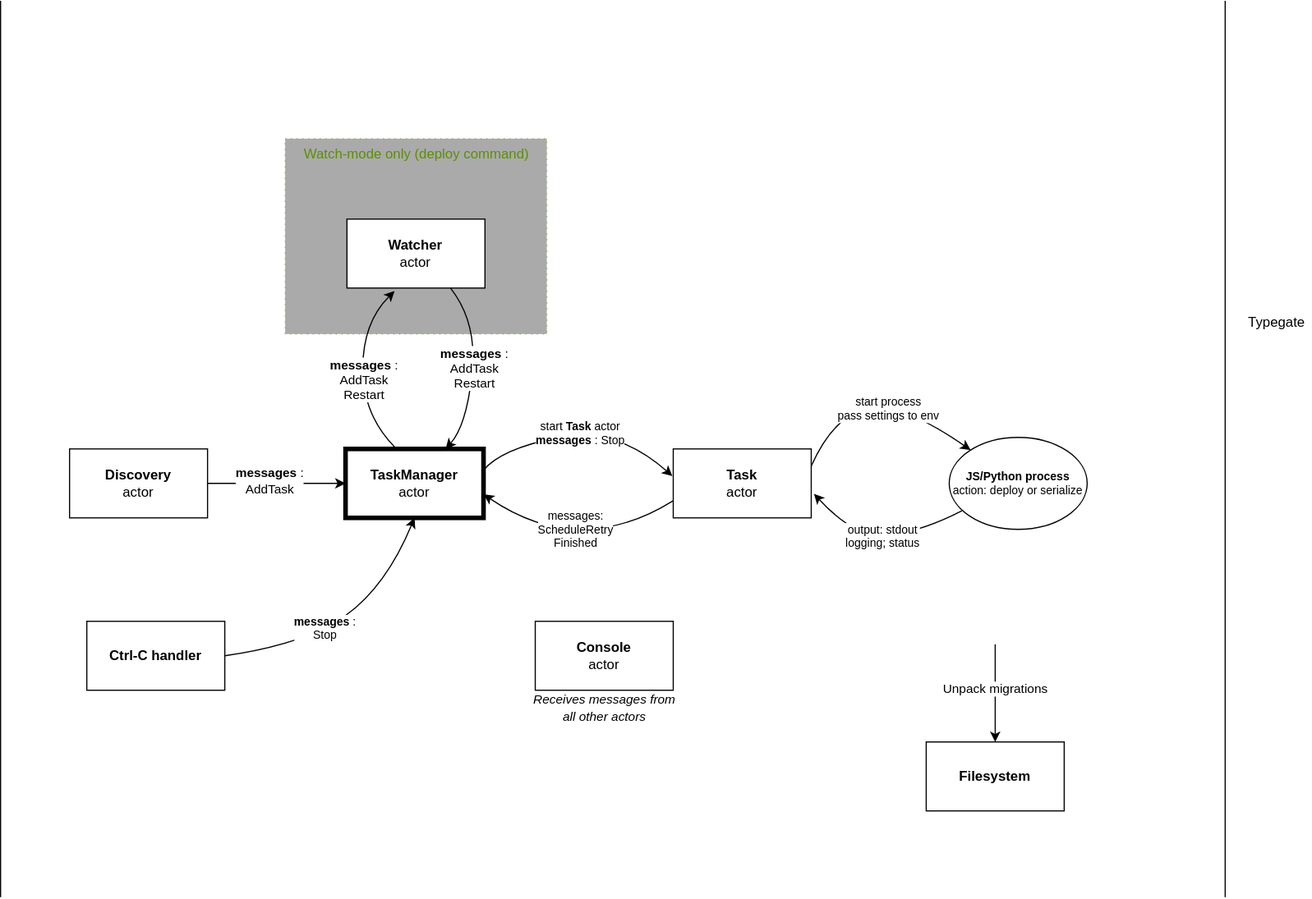
The draw.io diagram meta-cli/src/deploy/actor-model.drawio.svg in metatypedev/metatype, before a commit. Source tidied: cells renumbered, new cells last; positions are measured from the earlier drawing's top-left corner, leaving out a move shared by most shapes.
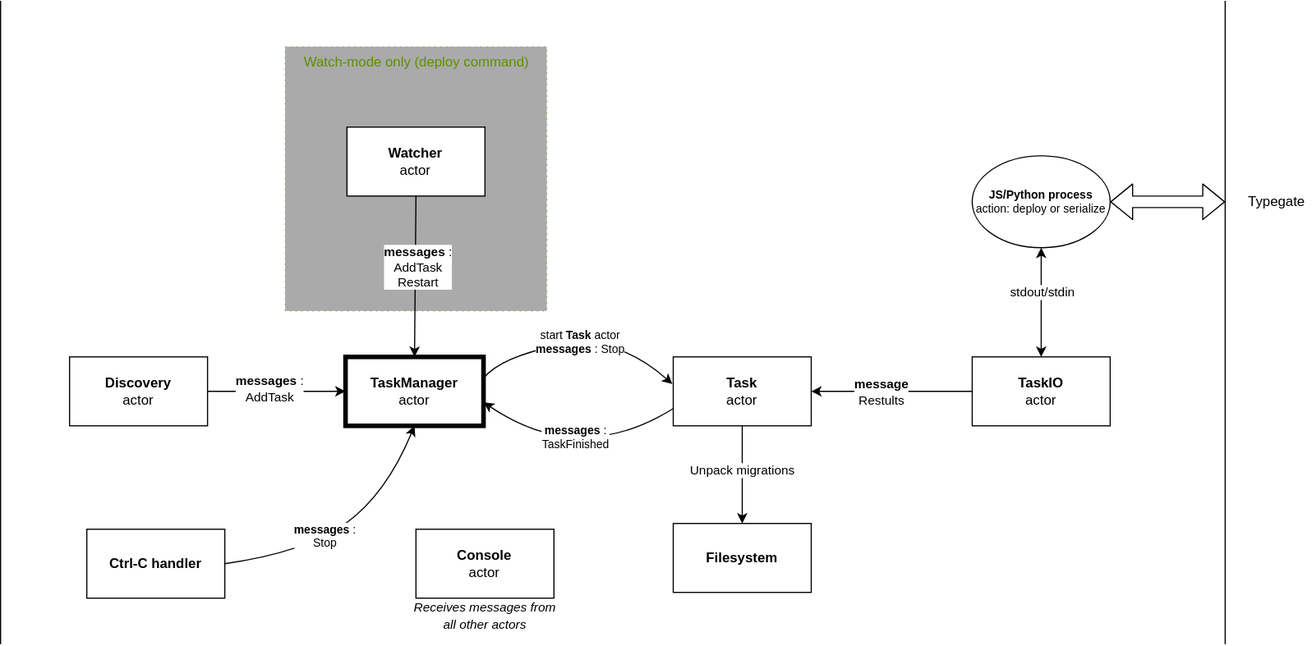
Above is the later version.

Commit message:
update actor-model diagram

Change to the diagram source:
```diff
@@ -3,10 +3,10 @@
     <mxCell id="0" />
     <mxCell id="1" parent="0" />
     <mxCell id="2" value="&lt;font color=&quot;#5d8f00&quot;&gt;Watch-mode only (deploy command)&lt;/font&gt;" style="rounded=0;whiteSpace=wrap;html=1;dashed=1;dashPattern=1 4;verticalAlign=top;fillColor=#aaa;strokeColor=#82b366;" parent="1" vertex="1">
-      <mxGeometry x="247.5" y="120" width="227.5" height="170" as="geometry" />
+      <mxGeometry x="247.5" y="120" width="227.5" height="230" as="geometry" />
     </mxCell>
     <mxCell id="3" value="&lt;b&gt;Console&lt;/b&gt;&lt;br&gt;actor" style="rounded=0;whiteSpace=wrap;html=1;" parent="1" vertex="1">
-      <mxGeometry x="465" y="540" width="120" height="60" as="geometry" />
+      <mxGeometry x="361.2" y="540" width="120" height="60" as="geometry" />
     </mxCell>
     <mxCell id="4" style="edgeStyle=none;html=1;entryX=0;entryY=0.5;entryDx=0;entryDy=0;" parent="1" edge="1" source="6" target="7">
       <mxGeometry relative="1" as="geometry" />
@@ -20,95 +20,51 @@
     <mxCell id="7" value="&lt;b&gt;TaskManager&lt;/b&gt;&lt;br&gt;actor" style="rounded=0;whiteSpace=wrap;html=1;strokeWidth=4;" parent="1" vertex="1">
       <mxGeometry x="300" y="390" width="120" height="60" as="geometry" />
     </mxCell>
+    <mxCell id="17" style="edgeStyle=none;html=1;exitX=0.5;exitY=1;exitDx=0;exitDy=0;entryX=0.5;entryY=0;entryDx=0;entryDy=0;" parent="1" edge="1" source="8" target="7">
+      <mxGeometry relative="1" as="geometry" />
+    </mxCell>
+    <mxCell id="33" value="&lt;b&gt;messages&lt;/b&gt;:&lt;br&gt;AddTask&lt;br&gt;Restart" style="edgeLabel;html=1;align=center;verticalAlign=middle;" parent="17" vertex="1">
+      <mxGeometry x="-0.13" y="2" relative="1" as="geometry" />
+    </mxCell>
     <mxCell id="8" value="&lt;b&gt;Watcher&lt;/b&gt;&lt;br&gt;actor" style="rounded=0;whiteSpace=wrap;html=1;" parent="1" vertex="1">
       <mxGeometry x="301.2" y="190" width="120" height="60" as="geometry" />
     </mxCell>
     <mxCell id="9" style="endArrow=none;html=1;rounded=0;" parent="1" edge="1">
       <mxGeometry relative="1" as="geometry">
-        <mxPoint x="1065" y="780" as="sourcePoint" />
-        <mxPoint x="1065" as="targetPoint" />
+        <mxPoint x="1065" y="640" as="sourcePoint" />
+        <mxPoint x="1065" y="80" as="targetPoint" />
       </mxGeometry>
     </mxCell>
     <mxCell id="10" value="Typegate" style="text;html=1;strokeColor=none;fillColor=none;align=center;verticalAlign=middle;whiteSpace=wrap;rounded=0;" parent="1" vertex="1">
-      <mxGeometry x="1080" y="265" width="60" height="30" as="geometry" />
+      <mxGeometry x="1080" y="240" width="60" height="30" as="geometry" />
     </mxCell>
     <mxCell id="11" style="endArrow=none;html=1;rounded=0;" parent="1" edge="1">
       <mxGeometry relative="1" as="geometry">
-        <mxPoint y="780" as="sourcePoint" />
-        <mxPoint as="targetPoint" />
+        <mxPoint y="640" as="sourcePoint" />
+        <mxPoint y="80" as="targetPoint" />
       </mxGeometry>
     </mxCell>
     <mxCell id="12" value="&lt;b&gt;Ctrl-C handler&lt;/b&gt;" style="rounded=0;whiteSpace=wrap;html=1;" parent="1" vertex="1">
       <mxGeometry x="75" y="540" width="120" height="60" as="geometry" />
     </mxCell>
     <mxCell id="13" value="&lt;b&gt;Filesystem&lt;/b&gt;" style="rounded=0;whiteSpace=wrap;html=1;" parent="1" vertex="1">
-      <mxGeometry x="805" y="645" width="120" height="60" as="geometry" />
+      <mxGeometry x="585" y="535" width="120" height="60" as="geometry" />
     </mxCell>
-    <mxCell id="14" style="edgeStyle=orthogonalEdgeStyle;rounded=0;jettySize=auto;html=1;entryX=0.5;entryY=0;entryDx=0;entryDy=0;" parent="1" edge="1" target="13">
-      <mxGeometry relative="1" as="geometry">
-        <mxPoint x="865" y="560" as="sourcePoint" />
-      </mxGeometry>
+    <mxCell id="14" style="edgeStyle=orthogonalEdgeStyle;rounded=0;jettySize=auto;html=1;entryX=0.5;entryY=0;entryDx=0;entryDy=0;exitX=0.5;exitY=1;exitDx=0;exitDy=0;" parent="1" edge="1" source="21" target="13">
+      <mxGeometry relative="1" as="geometry" />
     </mxCell>
     <mxCell id="15" value="Unpack migrations" style="edgeLabel;html=1;align=center;verticalAlign=middle;" parent="14" vertex="1">
       <mxGeometry x="-0.09" relative="1" as="geometry" />
     </mxCell>
     <mxCell id="16" value="&lt;font size=&quot;1&quot; style=&quot;&quot;&gt;&lt;i style=&quot;font-size: 11px;&quot;&gt;Receives messages from all other actors&lt;/i&gt;&lt;/font&gt;" style="text;html=1;strokeColor=none;fillColor=none;align=center;verticalAlign=middle;whiteSpace=wrap;rounded=0;" parent="1" vertex="1">
-      <mxGeometry x="458.8" y="600" width="132.5" height="30" as="geometry" />
+      <mxGeometry x="355" y="600" width="132.5" height="30" as="geometry" />
     </mxCell>
-    <mxCell id="17" style="curved=1;endArrow=classic;html=1;exitX=0.75;exitY=1;exitDx=0;exitDy=0;" parent="1" edge="1" source="8" target="7">
-      <mxGeometry relative="1" as="geometry">
-        <Array as="points">
-          <mxPoint x="415" y="280" />
-          <mxPoint x="405" y="370" />
-        </Array>
-      </mxGeometry>
-    </mxCell>
-    <mxCell id="18" value="&lt;b&gt;messages&lt;/b&gt;:&lt;br&gt;AddTask&lt;br&gt;Restart" style="edgeLabel;html=1;align=center;verticalAlign=middle;" parent="17" vertex="1">
-      <mxGeometry x="-0.21" y="-1" relative="1" as="geometry">
-        <mxPoint y="17" as="offset" />
-      </mxGeometry>
-    </mxCell>
-    <mxCell id="19" style="curved=1;endArrow=classic;html=1;exitX=0.356;exitY=-0.028;exitDx=0;exitDy=0;entryX=0.345;entryY=1.043;entryDx=0;entryDy=0;exitPerimeter=0;entryPerimeter=0;" parent="1" edge="1" source="7" target="8">
-      <mxGeometry relative="1" as="geometry">
-        <Array as="points">
-          <mxPoint x="315" y="360" />
-          <mxPoint x="315" y="280" />
-        </Array>
-      </mxGeometry>
-    </mxCell>
-    <mxCell id="20" value="&lt;b&gt;messages&lt;/b&gt;:&lt;br&gt;AddTask&lt;br&gt;Restart" style="edgeLabel;html=1;align=center;verticalAlign=middle;" parent="19" vertex="1">
-      <mxGeometry x="-0.21" y="-1" relative="1" as="geometry">
-        <mxPoint y="-7" as="offset" />
-      </mxGeometry>
-    </mxCell>
     <mxCell id="21" value="&lt;b&gt;Task&lt;/b&gt;&lt;br&gt;actor" style="rounded=0;whiteSpace=wrap;html=1;" parent="1" vertex="1">
       <mxGeometry x="585" y="390" width="120" height="60" as="geometry" />
     </mxCell>
     <mxCell id="22" value="&lt;b&gt;JS/Python process&lt;/b&gt;&lt;br&gt;action: deploy or serialize" style="ellipse;whiteSpace=wrap;html=1;fontSize=10;" parent="1" vertex="1">
-      <mxGeometry x="825" y="380" width="120" height="80" as="geometry" />
+      <mxGeometry x="845" y="215" width="120" height="80" as="geometry" />
     </mxCell>
-    <mxCell id="23" style="curved=1;endArrow=classic;html=1;fontSize=10;exitX=1;exitY=0.25;exitDx=0;exitDy=0;" parent="1" edge="1" source="21" target="22">
-      <mxGeometry relative="1" as="geometry">
-        <Array as="points">
-          <mxPoint x="725" y="360" />
-          <mxPoint x="785" y="350" />
-        </Array>
-      </mxGeometry>
-    </mxCell>
-    <mxCell id="24" value="start process&lt;br&gt;pass settings to env" style="edgeLabel;html=1;align=center;verticalAlign=middle;fontSize=10;" parent="23" vertex="1">
-      <mxGeometry x="0.06" y="-3" relative="1" as="geometry" />
-    </mxCell>
-    <mxCell id="25" style="curved=1;endArrow=classic;html=1;fontSize=10;entryX=1.02;entryY=0.65;entryDx=0;entryDy=0;entryPerimeter=0;exitX=0.092;exitY=0.798;exitDx=0;exitDy=0;exitPerimeter=0;" parent="1" edge="1" source="22" target="21">
-      <mxGeometry relative="1" as="geometry">
-        <Array as="points">
-          <mxPoint x="805" y="460" />
-          <mxPoint x="745" y="470" />
-        </Array>
-      </mxGeometry>
-    </mxCell>
-    <mxCell id="26" value="output: stdout&lt;br&gt;logging; status" style="edgeLabel;html=1;align=center;verticalAlign=middle;fontSize=10;" parent="25" vertex="1">
-      <mxGeometry x="-0.03" y="-1" relative="1" as="geometry" />
-    </mxCell>
     <mxCell id="27" style="curved=1;endArrow=classic;html=1;fontSize=10;entryX=0.5;entryY=1;entryDx=0;entryDy=0;exitX=1;exitY=0.5;exitDx=0;exitDy=0;" parent="1" edge="1" source="12" target="7">
       <mxGeometry relative="1" as="geometry">
         <Array as="points">
@@ -139,8 +95,28 @@
         </Array>
       </mxGeometry>
     </mxCell>
-    <mxCell id="32" value="messages:&lt;br&gt;ScheduleRetry&lt;br&gt;Finished" style="edgeLabel;html=1;align=center;verticalAlign=middle;fontSize=10;" parent="31" vertex="1">
+    <mxCell id="32" value="&lt;b&gt;messages&lt;/b&gt;:&lt;br&gt;TaskFinished" style="edgeLabel;html=1;align=center;verticalAlign=middle;fontSize=10;" parent="31" vertex="1">
       <mxGeometry x="0.02" relative="1" as="geometry" />
     </mxCell>
+    <mxCell id="34" style="edgeStyle=none;html=1;exitX=0;exitY=0.5;exitDx=0;exitDy=0;entryX=1;entryY=0.5;entryDx=0;entryDy=0;" parent="1" edge="1" source="36" target="21">
+      <mxGeometry relative="1" as="geometry" />
+    </mxCell>
+    <mxCell id="35" value="&lt;b&gt;message&lt;/b&gt;&lt;br&gt;Restults" style="edgeLabel;html=1;align=center;verticalAlign=middle;" parent="34" vertex="1">
+      <mxGeometry x="0.13" y="1" relative="1" as="geometry" />
+    </mxCell>
+    <mxCell id="36" value="&lt;b&gt;TaskIO&lt;/b&gt;&lt;br&gt;actor" style="rounded=0;whiteSpace=wrap;html=1;" parent="1" vertex="1">
+      <mxGeometry x="845" y="390" width="120" height="60" as="geometry" />
+    </mxCell>
+    <mxCell id="37" style="endArrow=classic;startArrow=classic;html=1;exitX=0.5;exitY=0;exitDx=0;exitDy=0;entryX=0.5;entryY=1;entryDx=0;entryDy=0;" parent="1" edge="1" source="36" target="22">
+      <mxGeometry relative="1" as="geometry" />
+    </mxCell>
+    <mxCell id="38" value="stdout/stdin" style="edgeLabel;html=1;align=center;verticalAlign=middle;" parent="37" vertex="1">
+      <mxGeometry x="0.18" y="-1" relative="1" as="geometry" />
+    </mxCell>
+    <mxCell id="39" style="shape=flexArrow;endArrow=classic;startArrow=classic;html=1;exitX=1;exitY=0.5;exitDx=0;exitDy=0;" parent="1" edge="1" source="22">
+      <mxGeometry relative="1" as="geometry">
+        <mxPoint x="1065" y="255" as="targetPoint" />
+      </mxGeometry>
+    </mxCell>
   </root>
 </mxGraphModel>
```
